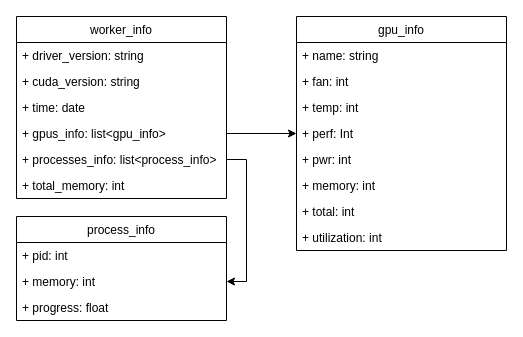
Above: page "worker_info 类图" (1 of 3) of db.drawio in foreignbill/drawio (draw.io), before the change. Source tidied: cells renumbered, new cells numbered last; positions are measured from the earlier drawing's top-left corner, leaving out a move shared by most shapes. Both pictures are drawn from the tidied source at 100%, with x=0, y=0 at pixel (16, 16).
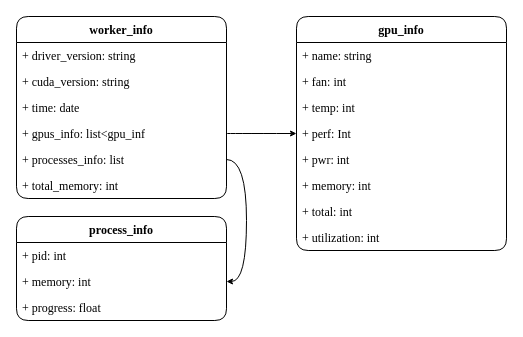
The same diagram, later.

Diff of the diagram source:
```diff
@@
-    <mxCell id="2" value="worker_info" style="swimlane;fontStyle=0;horizontal=1;startSize=26;fillColor=none;swimlaneLine=1;strokeColor=default;direction=east;" parent="1" vertex="1">
+    <mxCell id="2" value="worker_info" style="swimlane;fontStyle=1;horizontal=1;startSize=26;fillColor=none;swimlaneLine=1;strokeColor=default;direction=east;fontFamily=Times New Roman;rounded=1;" parent="1" vertex="1">
       <mxGeometry width="210" height="182" as="geometry" />
     </mxCell>
-    <mxCell id="3" value="+ driver_version: string" style="text;strokeColor=none;fillColor=none;align=left;verticalAlign=top;spacingLeft=4;spacingRight=4;overflow=hidden;swimlaneLine=1;" parent="2" vertex="1">
+    <mxCell id="3" value="+ driver_version: string" style="text;strokeColor=none;fillColor=none;align=left;verticalAlign=top;spacingLeft=4;spacingRight=4;overflow=hidden;swimlaneLine=1;fontFamily=Times New Roman;" parent="2" vertex="1">
       <mxGeometry y="26" width="210" height="26" as="geometry" />
     </mxCell>
-    <mxCell id="4" value="+ cuda_version: string" style="text;strokeColor=none;fillColor=none;align=left;verticalAlign=top;spacingLeft=4;spacingRight=4;overflow=hidden;swimlaneLine=1;" parent="2" vertex="1">
+    <mxCell id="4" value="+ cuda_version: string" style="text;strokeColor=none;fillColor=none;align=left;verticalAlign=top;spacingLeft=4;spacingRight=4;overflow=hidden;swimlaneLine=1;fontFamily=Times New Roman;" parent="2" vertex="1">
       <mxGeometry y="52" width="210" height="26" as="geometry" />
     </mxCell>
-    <mxCell id="5" value="+ time: date" style="text;strokeColor=none;fillColor=none;align=left;verticalAlign=top;spacingLeft=4;spacingRight=4;overflow=hidden;swimlaneLine=1;" parent="2" vertex="1">
+    <mxCell id="5" value="+ time: date" style="text;strokeColor=none;fillColor=none;align=left;verticalAlign=top;spacingLeft=4;spacingRight=4;overflow=hidden;swimlaneLine=1;fontFamily=Times New Roman;" parent="2" vertex="1">
       <mxGeometry y="78" width="210" height="26" as="geometry" />
     </mxCell>
-    <mxCell id="6" value="+ gpus_info: list&lt;gpu_info&gt;" style="text;strokeColor=none;fillColor=none;align=left;verticalAlign=top;spacingLeft=4;spacingRight=4;overflow=hidden;points=[[0,0.5],[1,0.5]];portConstraint=eastwest;swimlaneLine=1;" parent="2" vertex="1">
+    <mxCell id="6" value="+ gpus_info: list&lt;gpu_inf" style="text;strokeColor=none;fillColor=none;align=left;verticalAlign=top;spacingLeft=4;spacingRight=4;overflow=hidden;points=[[0,0.5],[1,0.5]];portConstraint=eastwest;swimlaneLine=1;fontFamily=Times New Roman;" parent="2" vertex="1">
       <mxGeometry y="104" width="210" height="26" as="geometry" />
     </mxCell>
-    <mxCell id="7" value="+ processes_info: list&lt;process_info&gt;" style="text;strokeColor=none;fillColor=none;align=left;verticalAlign=top;spacingLeft=4;spacingRight=4;overflow=hidden;points=[[0,0.5],[1,0.5]];portConstraint=eastwest;swimlaneLine=1;" parent="2" vertex="1">
+    <mxCell id="7" value="+ processes_info: list" style="text;strokeColor=none;fillColor=none;align=left;verticalAlign=top;spacingLeft=4;spacingRight=4;overflow=hidden;points=[[0,0.5],[1,0.5]];portConstraint=eastwest;swimlaneLine=1;fontFamily=Times New Roman;" parent="2" vertex="1">
       <mxGeometry y="130" width="210" height="26" as="geometry" />
     </mxCell>
-    <mxCell id="8" value="+ total_memory: int" style="text;strokeColor=none;fillColor=none;align=left;verticalAlign=top;spacingLeft=4;spacingRight=4;overflow=hidden;swimlaneLine=1;" parent="2" vertex="1">
+    <mxCell id="8" value="+ total_memory: int" style="text;strokeColor=none;fillColor=none;align=left;verticalAlign=top;spacingLeft=4;spacingRight=4;overflow=hidden;swimlaneLine=1;fontFamily=Times New Roman;" parent="2" vertex="1">
       <mxGeometry y="156" width="210" height="26" as="geometry" />
     </mxCell>
-    <mxCell id="9" value="gpu_info" style="swimlane;fontStyle=0;horizontal=1;startSize=26;fillColor=none;strokeColor=default;" parent="1" vertex="1">
+    <mxCell id="9" value="gpu_info" style="swimlane;fontStyle=1;horizontal=1;startSize=26;fillColor=none;strokeColor=default;fontFamily=Times New Roman;rounded=1;" parent="1" vertex="1">
       <mxGeometry x="280" width="210" height="234" as="geometry" />
     </mxCell>
-    <mxCell id="10" value="+ name: string" style="text;strokeColor=none;fillColor=none;align=left;verticalAlign=top;spacingLeft=4;spacingRight=4;overflow=hidden;" parent="9" vertex="1">
+    <mxCell id="10" value="+ name: string" style="text;strokeColor=none;fillColor=none;align=left;verticalAlign=top;spacingLeft=4;spacingRight=4;overflow=hidden;fontFamily=Times New Roman;" parent="9" vertex="1">
       <mxGeometry y="26" width="210" height="26" as="geometry" />
     </mxCell>
-    <mxCell id="11" value="+ fan: int" style="text;strokeColor=none;fillColor=none;align=left;verticalAlign=top;spacingLeft=4;spacingRight=4;overflow=hidden;" parent="9" vertex="1">
+    <mxCell id="11" value="+ fan: int" style="text;strokeColor=none;fillColor=none;align=left;verticalAlign=top;spacingLeft=4;spacingRight=4;overflow=hidden;fontFamily=Times New Roman;" parent="9" vertex="1">
       <mxGeometry y="52" width="210" height="26" as="geometry" />
     </mxCell>
-    <mxCell id="12" value="+ temp: int" style="text;strokeColor=none;fillColor=none;align=left;verticalAlign=top;spacingLeft=4;spacingRight=4;overflow=hidden;" parent="9" vertex="1">
+    <mxCell id="12" value="+ temp: int" style="text;strokeColor=none;fillColor=none;align=left;verticalAlign=top;spacingLeft=4;spacingRight=4;overflow=hidden;fontFamily=Times New Roman;" parent="9" vertex="1">
       <mxGeometry y="78" width="210" height="26" as="geometry" />
     </mxCell>
-    <mxCell id="13" value="+ perf: Int" style="text;strokeColor=none;fillColor=none;align=left;verticalAlign=top;spacingLeft=4;spacingRight=4;overflow=hidden;points=[[0,0.5],[1,0.5]];portConstraint=eastwest;" parent="9" vertex="1">
+    <mxCell id="13" value="+ perf: Int" style="text;strokeColor=none;fillColor=none;align=left;verticalAlign=top;spacingLeft=4;spacingRight=4;overflow=hidden;points=[[0,0.5],[1,0.5]];portConstraint=eastwest;fontFamily=Times New Roman;" parent="9" vertex="1">
       <mxGeometry y="104" width="210" height="26" as="geometry" />
     </mxCell>
-    <mxCell id="14" value="+ pwr: int" style="text;strokeColor=none;fillColor=none;align=left;verticalAlign=top;spacingLeft=4;spacingRight=4;overflow=hidden;" parent="9" vertex="1">
+    <mxCell id="14" value="+ pwr: int" style="text;strokeColor=none;fillColor=none;align=left;verticalAlign=top;spacingLeft=4;spacingRight=4;overflow=hidden;fontFamily=Times New Roman;" parent="9" vertex="1">
       <mxGeometry y="130" width="210" height="26" as="geometry" />
     </mxCell>
-    <mxCell id="15" value="+ memory: int" style="text;strokeColor=none;fillColor=none;align=left;verticalAlign=top;spacingLeft=4;spacingRight=4;overflow=hidden;" parent="9" vertex="1">
+    <mxCell id="15" value="+ memory: int" style="text;strokeColor=none;fillColor=none;align=left;verticalAlign=top;spacingLeft=4;spacingRight=4;overflow=hidden;fontFamily=Times New Roman;" parent="9" vertex="1">
       <mxGeometry y="156" width="210" height="26" as="geometry" />
     </mxCell>
-    <mxCell id="16" value="+ total: int" style="text;strokeColor=none;fillColor=none;align=left;verticalAlign=top;spacingLeft=4;spacingRight=4;overflow=hidden;" parent="9" vertex="1">
+    <mxCell id="16" value="+ total: int" style="text;strokeColor=none;fillColor=none;align=left;verticalAlign=top;spacingLeft=4;spacingRight=4;overflow=hidden;fontFamily=Times New Roman;" parent="9" vertex="1">
       <mxGeometry y="182" width="210" height="26" as="geometry" />
     </mxCell>
-    <mxCell id="17" value="+ utilization: int" style="text;strokeColor=none;fillColor=none;align=left;verticalAlign=top;spacingLeft=4;spacingRight=4;overflow=hidden;" parent="9" vertex="1">
+    <mxCell id="17" value="+ utilization: int" style="text;strokeColor=none;fillColor=none;align=left;verticalAlign=top;spacingLeft=4;spacingRight=4;overflow=hidden;fontFamily=Times New Roman;" parent="9" vertex="1">
       <mxGeometry y="208" width="210" height="26" as="geometry" />
     </mxCell>
-    <mxCell id="18" value="process_info" style="swimlane;fontStyle=0;horizontal=1;startSize=26;fillColor=none;strokeColor=default;" parent="1" vertex="1">
+    <mxCell id="18" value="process_info" style="swimlane;fontStyle=1;horizontal=1;startSize=26;fillColor=none;strokeColor=default;fontFamily=Times New Roman;rounded=1;" parent="1" vertex="1">
       <mxGeometry y="200" width="210" height="104" as="geometry" />
     </mxCell>
-    <mxCell id="19" value="+ pid: int" style="text;strokeColor=none;fillColor=none;align=left;verticalAlign=top;spacingLeft=4;spacingRight=4;overflow=hidden;" parent="18" vertex="1">
+    <mxCell id="19" value="+ pid: int" style="text;strokeColor=none;fillColor=none;align=left;verticalAlign=top;spacingLeft=4;spacingRight=4;overflow=hidden;fontFamily=Times New Roman;" parent="18" vertex="1">
       <mxGeometry y="26" width="210" height="26" as="geometry" />
     </mxCell>
-    <mxCell id="20" value="+ memory: int" style="text;strokeColor=none;fillColor=none;align=left;verticalAlign=top;spacingLeft=4;spacingRight=4;overflow=hidden;points=[[0,0.5],[1,0.5]];portConstraint=eastwest;" parent="18" vertex="1">
+    <mxCell id="20" value="+ memory: int" style="text;strokeColor=none;fillColor=none;align=left;verticalAlign=top;spacingLeft=4;spacingRight=4;overflow=hidden;points=[[0,0.5],[1,0.5]];portConstraint=eastwest;fontFamily=Times New Roman;" parent="18" vertex="1">
       <mxGeometry y="52" width="210" height="26" as="geometry" />
     </mxCell>
-    <mxCell id="21" value="+ progress: float" style="text;strokeColor=none;fillColor=none;align=left;verticalAlign=top;spacingLeft=4;spacingRight=4;overflow=hidden;" parent="18" vertex="1">
+    <mxCell id="21" value="+ progress: float" style="text;strokeColor=none;fillColor=none;align=left;verticalAlign=top;spacingLeft=4;spacingRight=4;overflow=hidden;fontFamily=Times New Roman;" parent="18" vertex="1">
       <mxGeometry y="78" width="210" height="26" as="geometry" />
     </mxCell>
-    <mxCell id="22" style="edgeStyle=orthogonalEdgeStyle;rounded=0;jettySize=auto;html=1;exitX=1;exitY=0.5;exitDx=0;exitDy=0;" parent="1" edge="1" source="6" target="13">
+    <mxCell id="22" style="edgeStyle=orthogonalEdgeStyle;rounded=0;jettySize=auto;html=1;exitX=1;exitY=0.5;exitDx=0;exitDy=0;fontFamily=Times New Roman;endSize=4;startSize=4;curved=1;" parent="1" edge="1" source="6" target="13">
       <mxGeometry relative="1" as="geometry" />
     </mxCell>
-    <mxCell id="23" style="edgeStyle=orthogonalEdgeStyle;rounded=0;jettySize=auto;html=1;exitX=1;exitY=0.5;exitDx=0;exitDy=0;entryX=1;entryY=0.5;entryDx=0;entryDy=0;" parent="1" edge="1" source="7" target="20">
+    <mxCell id="23" style="edgeStyle=orthogonalEdgeStyle;rounded=0;jettySize=auto;html=1;exitX=1;exitY=0.5;exitDx=0;exitDy=0;entryX=1;entryY=0.5;entryDx=0;entryDy=0;fontFamily=Times New Roman;endSize=4;startSize=4;curved=1;" parent="1" edge="1" source="7" target="20">
       <mxGeometry relative="1" as="geometry" />
     </mxCell>
```
